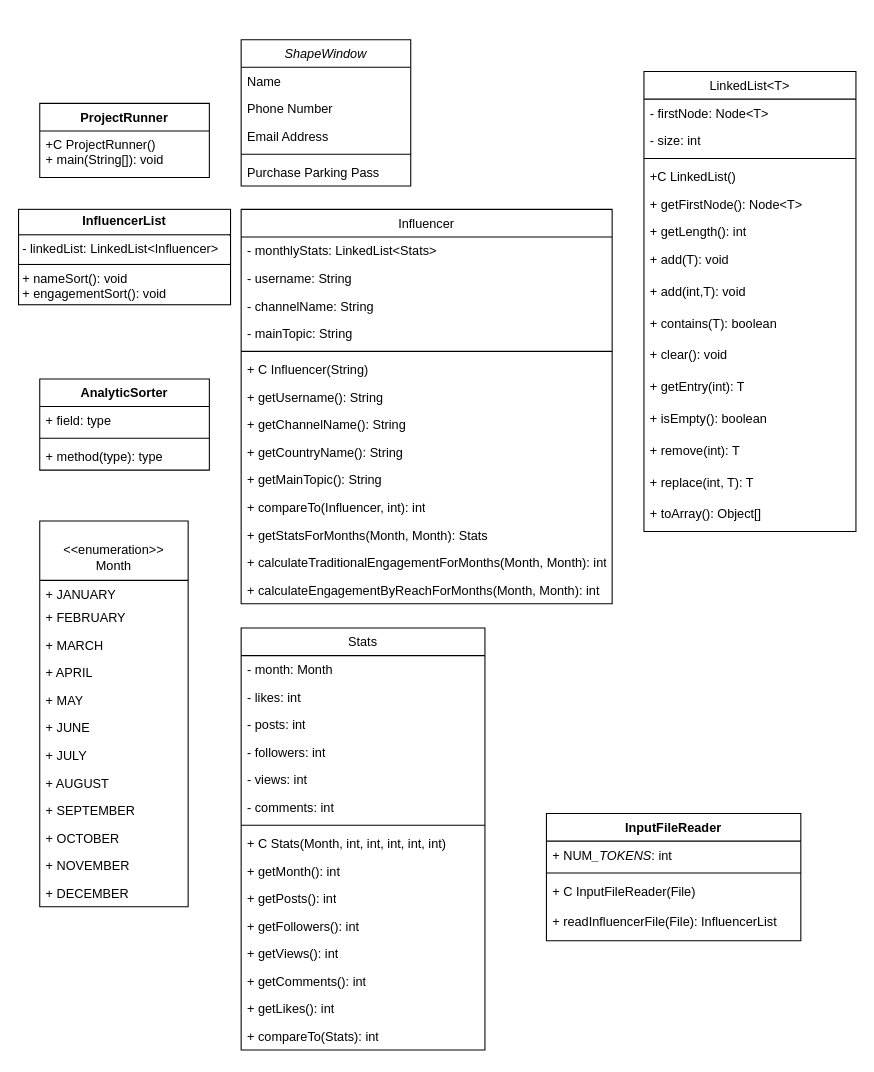
This is Project5_UML.drawio from joshuap00/Prj5_UML, a draw.io file, before an edit. Source tidied: cells renumbered, new cells numbered last; positions are measured from the earlier drawing's top-left corner, leaving out a move shared by most shapes. Both pictures are drawn from the tidied source at 106%, with x=0, y=0 at pixel (18, 39).
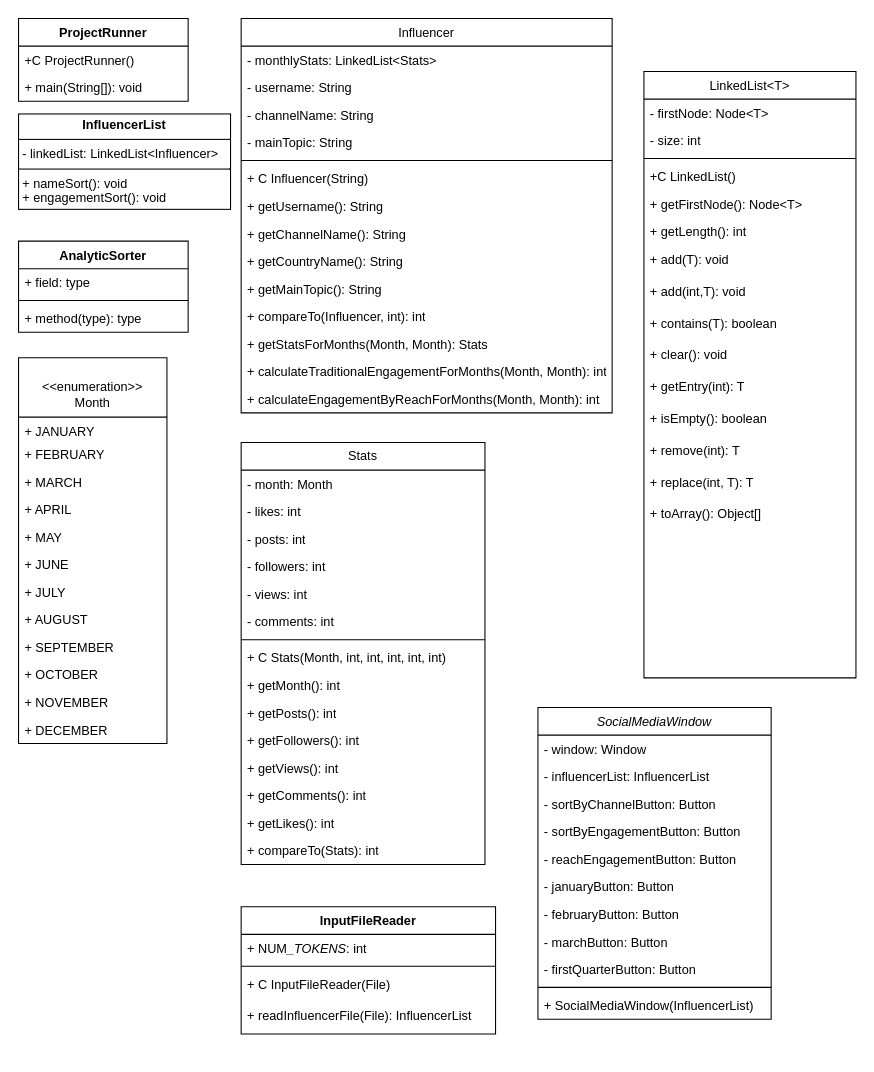
The same page after the edit.

What changed in the source:
```diff
@@
-    <mxCell id="2" value="ShapeWindow" style="swimlane;fontStyle=2;align=center;verticalAlign=top;horizontal=1;startSize=26;rounded=0;shadow=0;strokeWidth=1;" parent="1" vertex="1">
-      <mxGeometry x="210" width="160" height="138" as="geometry" />
-    </mxCell>
-    <mxCell id="3" value="Name" style="text;align=left;verticalAlign=top;spacingLeft=4;spacingRight=4;overflow=hidden;" parent="2" vertex="1">
-      <mxGeometry y="26" width="160" height="26" as="geometry" />
-    </mxCell>
-    <mxCell id="4" value="Phone Number" style="text;align=left;verticalAlign=top;spacingLeft=4;spacingRight=4;overflow=hidden;rounded=0;shadow=0;html=0;" parent="2" vertex="1">
-      <mxGeometry y="52" width="160" height="26" as="geometry" />
-    </mxCell>
-    <mxCell id="5" value="Email Address" style="text;align=left;verticalAlign=top;spacingLeft=4;spacingRight=4;overflow=hidden;rounded=0;shadow=0;html=0;" parent="2" vertex="1">
-      <mxGeometry y="78" width="160" height="26" as="geometry" />
-    </mxCell>
-    <mxCell id="6" style="line;html=1;strokeWidth=1;align=left;verticalAlign=middle;spacingTop=-1;spacingLeft=3;spacingRight=3;labelPosition=right;" parent="2" vertex="1">
-      <mxGeometry y="104" width="160" height="8" as="geometry" />
-    </mxCell>
-    <mxCell id="7" value="Purchase Parking Pass" style="text;align=left;verticalAlign=top;spacingLeft=4;spacingRight=4;overflow=hidden;" parent="2" vertex="1">
-      <mxGeometry y="112" width="160" height="26" as="geometry" />
-    </mxCell>
     <mxCell id="8" value="Influencer" style="swimlane;fontStyle=0;align=center;verticalAlign=top;horizontal=1;startSize=26;rounded=0;shadow=0;strokeWidth=1;" parent="1" vertex="1">
-      <mxGeometry x="210" y="160" width="350" height="372" as="geometry" />
+      <mxGeometry x="210" y="-20" width="350" height="372" as="geometry" />
     </mxCell>
@@
     <mxCell id="23" value="LinkedList&lt;T&gt;" style="swimlane;fontStyle=0;align=center;verticalAlign=top;horizontal=1;startSize=26;rounded=0;shadow=0;strokeWidth=1;" parent="1" vertex="1">
-      <mxGeometry x="590" y="30" width="200" height="434" as="geometry" />
+      <mxGeometry x="590" y="30" width="200" height="572" as="geometry" />
     </mxCell>
@@
     <mxCell id="39" value="&lt;p style=&quot;margin:0px;margin-top:4px;text-align:center;&quot;&gt;&lt;b&gt;InfluencerList&lt;/b&gt;&lt;/p&gt;&lt;hr size=&quot;1&quot; style=&quot;border-style:solid;&quot;&gt;&lt;p style=&quot;margin:0px;margin-left:4px;&quot;&gt;- linkedList: LinkedList&amp;lt;Influencer&amp;gt;&lt;/p&gt;&lt;hr size=&quot;1&quot; style=&quot;border-style:solid;&quot;&gt;&lt;p style=&quot;margin:0px;margin-left:4px;&quot;&gt;+ nameSort(): void&lt;/p&gt;&lt;p style=&quot;margin:0px;margin-left:4px;&quot;&gt;+ engagementSort(): void&lt;/p&gt;&lt;p style=&quot;margin:0px;margin-left:4px;&quot;&gt;&lt;br&gt;&lt;/p&gt;" style="verticalAlign=top;align=left;overflow=fill;html=1;whiteSpace=wrap;" parent="1" vertex="1">
-      <mxGeometry y="160" width="200" height="90" as="geometry" />
+      <mxGeometry y="70" width="200" height="90" as="geometry" />
     </mxCell>
     <mxCell id="40" value="InputFileReader" style="swimlane;fontStyle=1;align=center;verticalAlign=top;horizontal=1;startSize=26;whiteSpace=wrap;html=1;" parent="1" vertex="1">
-      <mxGeometry x="498" y="730" width="240" height="120" as="geometry" />
+      <mxGeometry x="210" y="818" width="240" height="120" as="geometry" />
     </mxCell>
@@
     <mxCell id="44" value="&lt;div&gt;&lt;br&gt;&lt;/div&gt;&lt;div&gt;&amp;lt;&amp;lt;enumeration&amp;gt;&amp;gt;&lt;/div&gt;Month" style="swimlane;fontStyle=0;horizontal=1;startSize=56;fillColor=none;whiteSpace=wrap;html=1;" parent="1" vertex="1">
-      <mxGeometry x="20" y="454" width="140" height="364" as="geometry" />
+      <mxGeometry y="300" width="140" height="364" as="geometry" />
     </mxCell>
@@
     <mxCell id="57" value="AnalyticSorter" style="swimlane;fontStyle=1;align=center;verticalAlign=top;horizontal=1;startSize=26;whiteSpace=wrap;html=1;" parent="1" vertex="1">
-      <mxGeometry x="20" y="320" width="160" height="86" as="geometry" />
+      <mxGeometry y="190" width="160" height="86" as="geometry" />
     </mxCell>
@@
     <mxCell id="61" value="ProjectRunner" style="swimlane;fontStyle=1;align=center;verticalAlign=top;horizontal=1;startSize=26;whiteSpace=wrap;html=1;" parent="1" vertex="1">
-      <mxGeometry x="20" y="60" width="160" height="70" as="geometry" />
+      <mxGeometry y="-20" width="160" height="78" as="geometry" />
     </mxCell>
-    <mxCell id="62" value="+C ProjectRunner()&lt;div&gt;+ main(String[]): void&lt;/div&gt;" style="text;strokeColor=none;fillColor=none;align=left;verticalAlign=top;spacingLeft=4;spacingRight=4;overflow=hidden;whiteSpace=wrap;html=1;" parent="61" vertex="1">
-      <mxGeometry y="26" width="160" height="44" as="geometry" />
-    </mxCell>
+    <mxCell id="79" value="+C ProjectRunner()" style="text;strokeColor=none;fillColor=none;align=left;verticalAlign=top;spacingLeft=4;spacingRight=4;overflow=hidden;whiteSpace=wrap;html=1;" parent="61" vertex="1">
+      <mxGeometry y="26" width="160" height="26" as="geometry" />
+    </mxCell>
+    <mxCell id="80" value="+ main(String[]): void" style="text;strokeColor=none;fillColor=none;align=left;verticalAlign=top;spacingLeft=4;spacingRight=4;overflow=hidden;whiteSpace=wrap;html=1;" parent="61" vertex="1">
+      <mxGeometry y="52" width="160" height="26" as="geometry" />
+    </mxCell>
     <mxCell id="63" value="Stats" style="swimlane;fontStyle=0;horizontal=1;startSize=26;fillColor=none;whiteSpace=wrap;html=1;" parent="1" vertex="1">
-      <mxGeometry x="210" y="555" width="230" height="398" as="geometry" />
+      <mxGeometry x="210" y="380" width="230" height="398" as="geometry" />
     </mxCell>
@@
+    <mxCell id="2" value="SocialMediaWindow" style="swimlane;fontStyle=2;align=center;verticalAlign=top;horizontal=1;startSize=26;rounded=0;shadow=0;strokeWidth=1;" parent="1" vertex="1">
+      <mxGeometry x="490" y="630" width="220" height="294" as="geometry" />
+    </mxCell>
+    <mxCell id="3" value="- window: Window" style="text;align=left;verticalAlign=top;spacingLeft=4;spacingRight=4;overflow=hidden;" parent="2" vertex="1">
+      <mxGeometry y="26" width="220" height="26" as="geometry" />
+    </mxCell>
+    <mxCell id="81" value="- influencerList: InfluencerList" style="text;align=left;verticalAlign=top;spacingLeft=4;spacingRight=4;overflow=hidden;" parent="2" vertex="1">
+      <mxGeometry y="52" width="220" height="26" as="geometry" />
+    </mxCell>
+    <mxCell id="82" value="- sortByChannelButton: Button" style="text;align=left;verticalAlign=top;spacingLeft=4;spacingRight=4;overflow=hidden;" parent="2" vertex="1">
+      <mxGeometry y="78" width="220" height="26" as="geometry" />
+    </mxCell>
+    <mxCell id="83" value="- sortByEngagementButton: Button" style="text;align=left;verticalAlign=top;spacingLeft=4;spacingRight=4;overflow=hidden;" parent="2" vertex="1">
+      <mxGeometry y="104" width="220" height="26" as="geometry" />
+    </mxCell>
+    <mxCell id="84" value="- reachEngagementButton: Button" style="text;align=left;verticalAlign=top;spacingLeft=4;spacingRight=4;overflow=hidden;" parent="2" vertex="1">
+      <mxGeometry y="130" width="220" height="26" as="geometry" />
+    </mxCell>
+    <mxCell id="85" value="- januaryButton: Button" style="text;align=left;verticalAlign=top;spacingLeft=4;spacingRight=4;overflow=hidden;" parent="2" vertex="1">
+      <mxGeometry y="156" width="220" height="26" as="geometry" />
+    </mxCell>
+    <mxCell id="86" value="- februaryButton: Button" style="text;align=left;verticalAlign=top;spacingLeft=4;spacingRight=4;overflow=hidden;" parent="2" vertex="1">
+      <mxGeometry y="182" width="220" height="26" as="geometry" />
+    </mxCell>
+    <mxCell id="87" value="- marchButton: Button" style="text;align=left;verticalAlign=top;spacingLeft=4;spacingRight=4;overflow=hidden;" parent="2" vertex="1">
+      <mxGeometry y="208" width="220" height="26" as="geometry" />
+    </mxCell>
+    <mxCell id="88" value="- firstQuarterButton: Button" style="text;align=left;verticalAlign=top;spacingLeft=4;spacingRight=4;overflow=hidden;" parent="2" vertex="1">
+      <mxGeometry y="234" width="220" height="26" as="geometry" />
+    </mxCell>
+    <mxCell id="6" style="line;html=1;strokeWidth=1;align=left;verticalAlign=middle;spacingTop=-1;spacingLeft=3;spacingRight=3;labelPosition=right;" parent="2" vertex="1">
+      <mxGeometry y="260" width="220" height="8" as="geometry" />
+    </mxCell>
+    <mxCell id="89" value="+ SocialMediaWindow(InfluencerList)" style="text;align=left;verticalAlign=top;spacingLeft=4;spacingRight=4;overflow=hidden;" parent="2" vertex="1">
+      <mxGeometry y="268" width="220" height="26" as="geometry" />
+    </mxCell>
```
